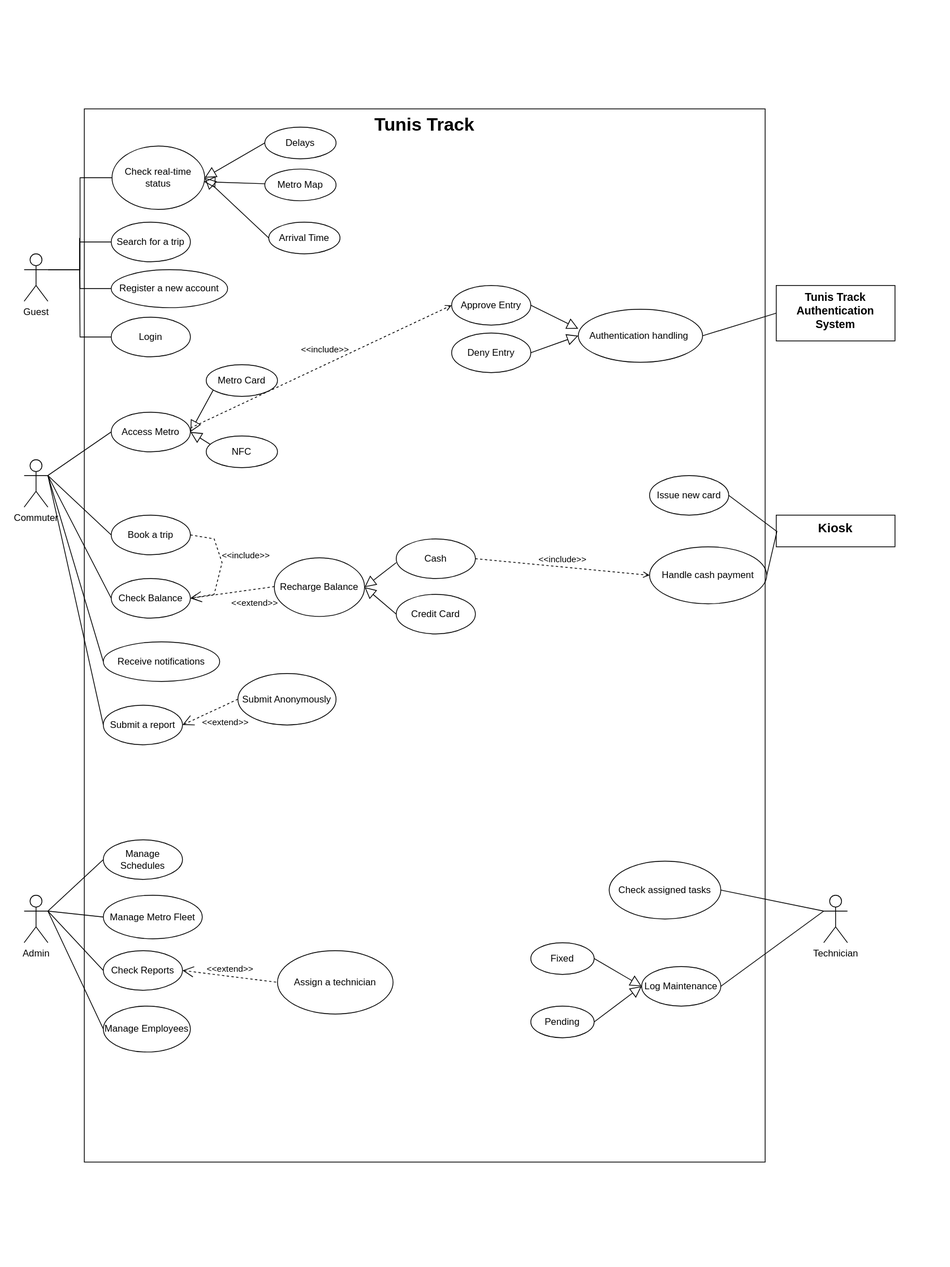
Above: Assets/TunisTrack_Use_Case.drawio.svg in LBKH01/Tunis-Track (draw.io), before the change. Source tidied: cells renumbered, new cells last; positions are measured from the earlier drawing's top-left corner, leaving out a move shared by most shapes.
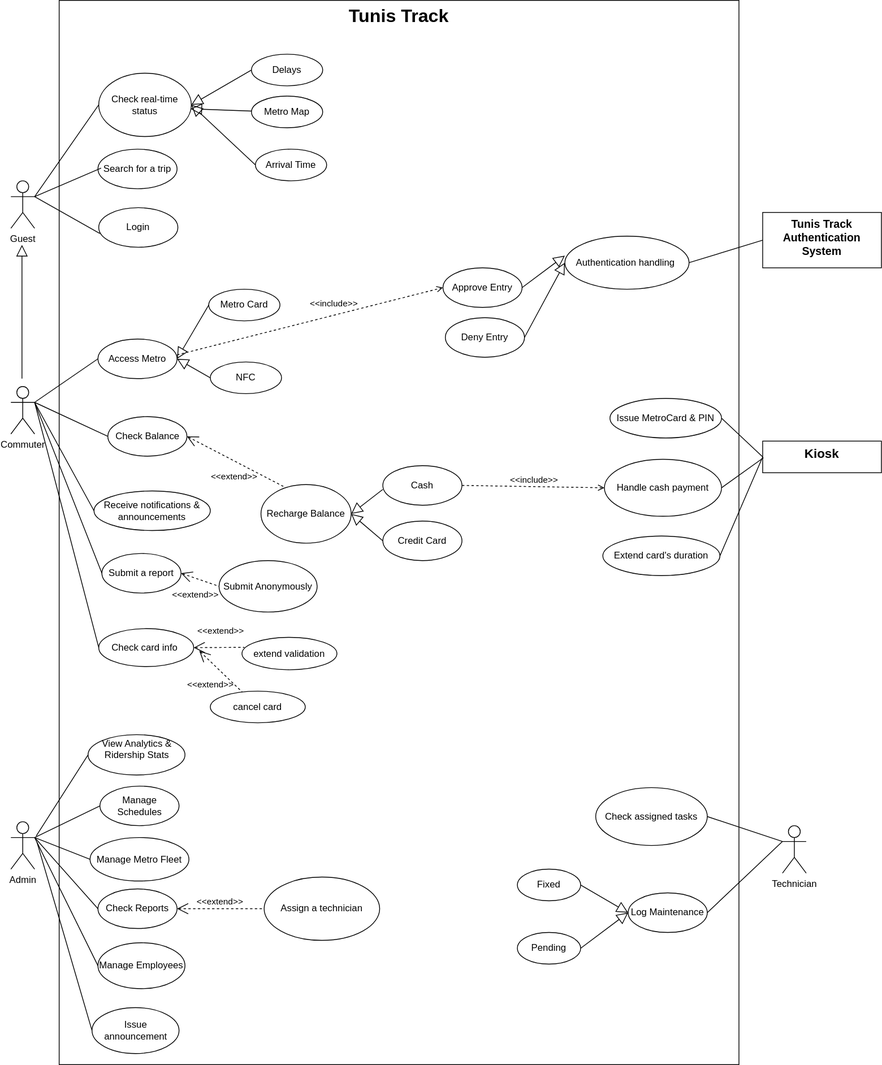
Later version of the same file.

Commit message:
Updated Use Case to Final Release 3.0.0

Diff of the diagram source:
```diff
@@ -11,28 +11,9 @@
     <mxCell id="4" value="Search for a trip" style="ellipse;whiteSpace=wrap;html=1;labelBackgroundColor=none;rounded=0;" parent="1" vertex="1">
       <mxGeometry x="110" y="143" width="100" height="50" as="geometry" />
     </mxCell>
-    <mxCell id="5" style="edgeStyle=orthogonalEdgeStyle;rounded=0;jettySize=auto;html=1;endArrow=none;startFill=0;labelBackgroundColor=none;fontColor=default;" parent="1" edge="1" source="6">
-      <mxGeometry relative="1" as="geometry">
-        <mxPoint x="70" y="163" as="targetPoint" />
-      </mxGeometry>
-    </mxCell>
-    <mxCell id="6" value="Register a new account" style="ellipse;whiteSpace=wrap;html=1;labelBackgroundColor=none;rounded=0;" parent="1" vertex="1">
-      <mxGeometry x="110" y="203" width="147" height="48" as="geometry" />
-    </mxCell>
-    <mxCell id="7" style="edgeStyle=orthogonalEdgeStyle;rounded=0;jettySize=auto;html=1;endArrow=none;startFill=0;labelBackgroundColor=none;fontColor=default;" parent="1" edge="1" source="8">
-      <mxGeometry relative="1" as="geometry">
-        <mxPoint x="70" y="193" as="targetPoint" />
-      </mxGeometry>
-    </mxCell>
     <mxCell id="8" value="Login" style="ellipse;whiteSpace=wrap;html=1;labelBackgroundColor=none;rounded=0;" parent="1" vertex="1">
-      <mxGeometry x="110" y="263" width="100" height="50" as="geometry" />
+      <mxGeometry x="111" y="217" width="100" height="50" as="geometry" />
     </mxCell>
-    <mxCell id="9" style="edgeStyle=orthogonalEdgeStyle;rounded=0;jettySize=auto;html=1;entryX=1;entryY=0.3333333333333333;entryDx=0;entryDy=0;entryPerimeter=0;endArrow=none;startFill=0;labelBackgroundColor=none;fontColor=default;" parent="1" edge="1" source="3" target="2">
-      <mxGeometry relative="1" as="geometry" />
-    </mxCell>
-    <mxCell id="10" style="edgeStyle=orthogonalEdgeStyle;rounded=0;jettySize=auto;html=1;entryX=1;entryY=0.3333333333333333;entryDx=0;entryDy=0;entryPerimeter=0;endArrow=none;startFill=0;labelBackgroundColor=none;fontColor=default;" parent="1" edge="1" source="4" target="2">
-      <mxGeometry relative="1" as="geometry" />
-    </mxCell>
     <mxCell id="11" value="Delays" style="ellipse;whiteSpace=wrap;html=1;labelBackgroundColor=none;rounded=0;" parent="1" vertex="1">
       <mxGeometry x="304" y="23" width="90" height="40" as="geometry" />
     </mxCell>
@@ -60,23 +41,17 @@
       <mxGeometry x="110" y="383" width="100" height="50" as="geometry" />
     </mxCell>
     <mxCell id="19" value="Submit a report" style="ellipse;whiteSpace=wrap;html=1;labelBackgroundColor=none;rounded=0;" parent="1" vertex="1">
-      <mxGeometry x="100" y="753" width="100" height="50" as="geometry" />
+      <mxGeometry x="115" y="654" width="100" height="50" as="geometry" />
     </mxCell>
-    <mxCell id="20" value="Receive notifications" style="ellipse;whiteSpace=wrap;html=1;labelBackgroundColor=none;rounded=0;" parent="1" vertex="1">
-      <mxGeometry x="100" y="673" width="147" height="50" as="geometry" />
+    <mxCell id="20" value="Receive notifications &amp;amp;&lt;div&gt;announcements&lt;/div&gt;" style="ellipse;whiteSpace=wrap;html=1;labelBackgroundColor=none;rounded=0;" parent="1" vertex="1">
+      <mxGeometry x="105" y="575" width="147" height="50" as="geometry" />
     </mxCell>
     <mxCell id="21" value="Check Balance" style="ellipse;whiteSpace=wrap;html=1;labelBackgroundColor=none;rounded=0;" parent="1" vertex="1">
-      <mxGeometry x="110" y="593" width="100" height="50" as="geometry" />
+      <mxGeometry x="122.5" y="481" width="100" height="50" as="geometry" />
     </mxCell>
-    <mxCell id="22" value="Book a trip" style="ellipse;whiteSpace=wrap;html=1;labelBackgroundColor=none;rounded=0;" parent="1" vertex="1">
-      <mxGeometry x="110" y="513" width="100" height="50" as="geometry" />
-    </mxCell>
     <mxCell id="23" style="edgeStyle=none;html=1;endArrow=none;verticalAlign=bottom;rounded=0;exitX=1;exitY=0.3333333333333333;exitDx=0;exitDy=0;exitPerimeter=0;entryX=0;entryY=0.5;entryDx=0;entryDy=0;labelBackgroundColor=none;fontColor=default;" parent="1" edge="1" source="17" target="18">
       <mxGeometry relative="1" as="geometry" />
     </mxCell>
-    <mxCell id="24" style="edgeStyle=none;html=1;endArrow=none;verticalAlign=bottom;rounded=0;exitX=1;exitY=0.3333333333333333;exitDx=0;exitDy=0;exitPerimeter=0;entryX=0;entryY=0.5;entryDx=0;entryDy=0;labelBackgroundColor=none;fontColor=default;" parent="1" edge="1" source="17" target="22">
-      <mxGeometry relative="1" as="geometry" />
-    </mxCell>
     <mxCell id="25" style="edgeStyle=none;html=1;endArrow=none;verticalAlign=bottom;rounded=0;exitX=1;exitY=0.3333333333333333;exitDx=0;exitDy=0;exitPerimeter=0;entryX=0;entryY=0.5;entryDx=0;entryDy=0;labelBackgroundColor=none;fontColor=default;" parent="1" edge="1" source="17" target="21">
       <mxGeometry relative="1" as="geometry" />
     </mxCell>
@@ -86,32 +61,18 @@
     <mxCell id="27" style="edgeStyle=none;html=1;endArrow=none;verticalAlign=bottom;rounded=0;exitX=1;exitY=0.3333333333333333;exitDx=0;exitDy=0;exitPerimeter=0;entryX=0;entryY=0.5;entryDx=0;entryDy=0;labelBackgroundColor=none;fontColor=default;" parent="1" edge="1" source="17" target="19">
       <mxGeometry relative="1" as="geometry" />
     </mxCell>
-    <mxCell id="28" style="edgeStyle=none;html=1;endArrow=block;endFill=0;endSize=12;verticalAlign=bottom;rounded=0;entryX=1;entryY=0.5;entryDx=0;entryDy=0;labelBackgroundColor=none;fontColor=default;" parent="1" edge="1" target="18">
-      <mxGeometry relative="1" as="geometry">
-        <mxPoint x="240" y="353" as="sourcePoint" />
-      </mxGeometry>
+    <mxCell id="28" style="edgeStyle=none;html=1;endArrow=block;endFill=0;endSize=12;verticalAlign=bottom;rounded=0;entryX=1;entryY=0.5;entryDx=0;entryDy=0;labelBackgroundColor=none;fontColor=default;exitX=0;exitY=0.5;exitDx=0;exitDy=0;" parent="1" edge="1" source="31" target="18">
+      <mxGeometry relative="1" as="geometry" />
     </mxCell>
-    <mxCell id="29" style="edgeStyle=none;html=1;endArrow=block;endFill=0;endSize=12;verticalAlign=bottom;rounded=0;entryX=1;entryY=0.5;entryDx=0;entryDy=0;labelBackgroundColor=none;fontColor=default;" parent="1" edge="1" target="18">
-      <mxGeometry relative="1" as="geometry">
-        <mxPoint x="250" y="433" as="sourcePoint" />
-      </mxGeometry>
+    <mxCell id="29" style="edgeStyle=none;html=1;endArrow=block;endFill=0;endSize=12;verticalAlign=bottom;rounded=0;entryX=1;entryY=0.5;entryDx=0;entryDy=0;labelBackgroundColor=none;fontColor=default;exitX=0;exitY=0.5;exitDx=0;exitDy=0;" parent="1" edge="1" source="30" target="18">
+      <mxGeometry relative="1" as="geometry" />
     </mxCell>
     <mxCell id="30" value="NFC" style="ellipse;whiteSpace=wrap;html=1;labelBackgroundColor=none;rounded=0;" parent="1" vertex="1">
-      <mxGeometry x="230" y="413" width="90" height="40" as="geometry" />
+      <mxGeometry x="252" y="412" width="90" height="40" as="geometry" />
     </mxCell>
     <mxCell id="31" value="Metro Card" style="ellipse;whiteSpace=wrap;html=1;labelBackgroundColor=none;rounded=0;" parent="1" vertex="1">
-      <mxGeometry x="230" y="323" width="90" height="40" as="geometry" />
+      <mxGeometry x="250" y="320" width="90" height="40" as="geometry" />
     </mxCell>
-    <mxCell id="32" value="&amp;lt;&amp;lt;include&amp;gt;&amp;gt;" style="edgeStyle=none;html=1;endArrow=open;verticalAlign=bottom;dashed=1;labelBackgroundColor=none;rounded=0;exitX=1;exitY=0.5;exitDx=0;exitDy=0;entryX=1;entryY=0.5;entryDx=0;entryDy=0;fontColor=default;" parent="1" edge="1" source="22" target="21">
-      <mxGeometry x="-0.07" y="30" relative="1" as="geometry">
-        <Array as="points">
-          <mxPoint x="240" y="543" />
-          <mxPoint x="250" y="573" />
-          <mxPoint x="240" y="613" />
-        </Array>
-        <mxPoint x="1" y="-7" as="offset" />
-      </mxGeometry>
-    </mxCell>
     <mxCell id="33" value="&amp;lt;&amp;lt;extend&amp;gt;&amp;gt;" style="edgeStyle=none;html=1;startArrow=open;endArrow=none;startSize=12;verticalAlign=bottom;dashed=1;labelBackgroundColor=none;rounded=0;exitX=1;exitY=0.5;exitDx=0;exitDy=0;fontColor=default;" parent="1" edge="1" source="21">
       <mxGeometry x="-0.15" y="-26" relative="1" as="geometry">
         <mxPoint x="390" y="593" as="targetPoint" />
@@ -138,7 +99,7 @@
       <mxGeometry x="0.18" y="-28" relative="1" as="geometry" />
     </mxCell>
     <mxCell id="40" value="Submit Anonymously" style="ellipse;whiteSpace=wrap;html=1;labelBackgroundColor=none;rounded=0;" parent="1" vertex="1">
-      <mxGeometry x="270" y="713" width="124" height="65" as="geometry" />
+      <mxGeometry x="263" y="663" width="124" height="65" as="geometry" />
     </mxCell>
     <mxCell id="41" value="&lt;font style=&quot;font-size: 14px;&quot;&gt;Tunis Track Authentication System&lt;/font&gt;" style="shape=rect;html=1;verticalAlign=top;fontStyle=1;whiteSpace=wrap;align=center;labelBackgroundColor=none;rounded=0;" parent="1" vertex="1">
       <mxGeometry x="950" y="223" width="150" height="70" as="geometry" />
@@ -158,18 +119,18 @@
       <mxGeometry relative="1" as="geometry" />
     </mxCell>
     <mxCell id="46" value="Deny Entry" style="ellipse;whiteSpace=wrap;html=1;labelBackgroundColor=none;rounded=0;" parent="1" vertex="1">
-      <mxGeometry x="540" y="283" width="100" height="50" as="geometry" />
+      <mxGeometry x="549" y="356" width="100" height="50" as="geometry" />
     </mxCell>
     <mxCell id="47" value="Approve Entry" style="ellipse;whiteSpace=wrap;html=1;labelBackgroundColor=none;rounded=0;" parent="1" vertex="1">
-      <mxGeometry x="540" y="223" width="100" height="50" as="geometry" />
+      <mxGeometry x="546" y="293" width="100" height="50" as="geometry" />
     </mxCell>
     <mxCell id="48" value="&amp;lt;&amp;lt;include&amp;gt;&amp;gt;" style="edgeStyle=none;html=1;endArrow=open;verticalAlign=bottom;dashed=1;labelBackgroundColor=none;rounded=0;entryX=0;entryY=0.5;entryDx=0;entryDy=0;fontColor=default;" parent="1" edge="1" target="47">
-      <mxGeometry x="0.05" y="9" relative="1" as="geometry">
+      <mxGeometry x="0.19" y="6" relative="1" as="geometry">
         <mxPoint x="210" y="403" as="sourcePoint" />
       </mxGeometry>
     </mxCell>
     <mxCell id="49" value="&lt;font style=&quot;font-size: 16px;&quot;&gt;Kiosk&lt;/font&gt;" style="shape=rect;html=1;verticalAlign=top;fontStyle=1;whiteSpace=wrap;align=center;labelBackgroundColor=none;rounded=0;" parent="1" vertex="1">
-      <mxGeometry x="950" y="513" width="150" height="40" as="geometry" />
+      <mxGeometry x="950" y="512" width="150" height="40" as="geometry" />
     </mxCell>
     <mxCell id="50" style="edgeStyle=none;html=1;endArrow=none;verticalAlign=bottom;rounded=0;exitX=1;exitY=0.5;exitDx=0;exitDy=0;labelBackgroundColor=none;fontColor=default;" parent="1" edge="1" source="53">
       <mxGeometry relative="1" as="geometry">
@@ -179,11 +140,11 @@
     <mxCell id="51" style="edgeStyle=none;html=1;endArrow=none;verticalAlign=bottom;rounded=0;entryX=0;entryY=0.5;entryDx=0;entryDy=0;exitX=1;exitY=0.5;exitDx=0;exitDy=0;labelBackgroundColor=none;fontColor=default;" parent="1" edge="1" source="52" target="49">
       <mxGeometry relative="1" as="geometry" />
     </mxCell>
-    <mxCell id="52" value="Issue new card" style="ellipse;whiteSpace=wrap;html=1;labelBackgroundColor=none;rounded=0;" parent="1" vertex="1">
-      <mxGeometry x="790" y="463" width="100" height="50" as="geometry" />
+    <mxCell id="52" value="Issue MetroCard &amp;amp; PIN" style="ellipse;whiteSpace=wrap;html=1;labelBackgroundColor=none;rounded=0;" parent="1" vertex="1">
+      <mxGeometry x="757" y="458" width="141" height="50" as="geometry" />
     </mxCell>
     <mxCell id="53" value="Handle cash payment" style="ellipse;whiteSpace=wrap;html=1;labelBackgroundColor=none;rounded=0;" parent="1" vertex="1">
-      <mxGeometry x="790" y="553" width="148" height="72" as="geometry" />
+      <mxGeometry x="750" y="535" width="148" height="72" as="geometry" />
     </mxCell>
     <mxCell id="54" value="&amp;lt;&amp;lt;include&amp;gt;&amp;gt;" style="edgeStyle=none;html=1;endArrow=open;verticalAlign=bottom;dashed=1;labelBackgroundColor=none;rounded=0;exitX=1;exitY=0.5;exitDx=0;exitDy=0;entryX=0;entryY=0.5;entryDx=0;entryDy=0;fontColor=default;" parent="1" edge="1" source="36" target="53">
       <mxGeometry relative="1" as="geometry" />
@@ -192,16 +153,16 @@
       <mxGeometry y="993" width="30" height="60" as="geometry" />
     </mxCell>
     <mxCell id="56" value="Manage Metro Fleet" style="ellipse;whiteSpace=wrap;html=1;labelBackgroundColor=none;rounded=0;" parent="1" vertex="1">
-      <mxGeometry x="100" y="993" width="125" height="55" as="geometry" />
+      <mxGeometry x="100" y="1013" width="125" height="55" as="geometry" />
     </mxCell>
     <mxCell id="57" value="Manage Schedules" style="ellipse;whiteSpace=wrap;html=1;labelBackgroundColor=none;rounded=0;" parent="1" vertex="1">
-      <mxGeometry x="100" y="923" width="100" height="50" as="geometry" />
+      <mxGeometry x="112.5" y="948" width="100" height="50" as="geometry" />
     </mxCell>
     <mxCell id="58" value="Check Reports" style="ellipse;whiteSpace=wrap;html=1;labelBackgroundColor=none;rounded=0;" parent="1" vertex="1">
-      <mxGeometry x="100" y="1063" width="100" height="50" as="geometry" />
+      <mxGeometry x="110" y="1078" width="100" height="50" as="geometry" />
     </mxCell>
     <mxCell id="59" value="Manage Employees" style="ellipse;whiteSpace=wrap;html=1;labelBackgroundColor=none;rounded=0;" parent="1" vertex="1">
-      <mxGeometry x="100" y="1133" width="110" height="58" as="geometry" />
+      <mxGeometry x="110" y="1146" width="110" height="58" as="geometry" />
     </mxCell>
     <mxCell id="60" style="edgeStyle=none;html=1;endArrow=none;verticalAlign=bottom;rounded=0;exitX=1;exitY=0.3333333333333333;exitDx=0;exitDy=0;exitPerimeter=0;entryX=0;entryY=0.5;entryDx=0;entryDy=0;labelBackgroundColor=none;fontColor=default;" parent="1" edge="1" source="55" target="57">
       <mxGeometry relative="1" as="geometry" />
@@ -222,7 +183,7 @@
       <mxGeometry relative="1" as="geometry" />
     </mxCell>
     <mxCell id="66" value="Technician" style="shape=umlActor;html=1;verticalLabelPosition=bottom;verticalAlign=top;align=center;labelBackgroundColor=none;rounded=0;" parent="1" vertex="1">
-      <mxGeometry x="1010" y="993" width="30" height="60" as="geometry" />
+      <mxGeometry x="975" y="998" width="30" height="60" as="geometry" />
     </mxCell>
     <mxCell id="67" value="Check assigned tasks" style="ellipse;whiteSpace=wrap;html=1;labelBackgroundColor=none;rounded=0;" parent="1" vertex="1">
       <mxGeometry x="739" y="950" width="141" height="73" as="geometry" />
@@ -249,7 +210,69 @@
       <mxGeometry relative="1" as="geometry" />
     </mxCell>
     <mxCell id="75" value="&lt;font style=&quot;font-size: 23px;&quot;&gt;Tunis Track&lt;/font&gt;" style="shape=rect;html=1;verticalAlign=top;fontStyle=1;whiteSpace=wrap;align=center;fillColor=none;labelBackgroundColor=none;rounded=0;" parent="1" vertex="1">
-      <mxGeometry x="76" width="860" height="1330" as="geometry" />
+      <mxGeometry x="61" y="-45" width="859" height="1345" as="geometry" />
     </mxCell>
+    <mxCell id="76" value="Check card info&amp;nbsp;" style="ellipse;whiteSpace=wrap;html=1;" parent="1" vertex="1">
+      <mxGeometry x="111" y="749" width="120" height="48" as="geometry" />
+    </mxCell>
+    <mxCell id="77" value="extend validation" style="ellipse;whiteSpace=wrap;html=1;" parent="1" vertex="1">
+      <mxGeometry x="292" y="760" width="120" height="41" as="geometry" />
+    </mxCell>
+    <mxCell id="78" value="cancel card" style="ellipse;whiteSpace=wrap;html=1;" parent="1" vertex="1">
+      <mxGeometry x="252" y="828" width="120" height="40" as="geometry" />
+    </mxCell>
+    <mxCell id="79" value="&amp;lt;&amp;lt;extend&amp;gt;&amp;gt;" style="edgeStyle=none;html=1;startArrow=open;endArrow=none;startSize=12;verticalAlign=bottom;dashed=1;labelBackgroundColor=none;rounded=0;exitX=1;exitY=0.5;exitDx=0;exitDy=0;fontColor=default;entryX=0.025;entryY=0.309;entryDx=0;entryDy=0;entryPerimeter=0;" parent="1" edge="1" source="76" target="77">
+      <mxGeometry x="0.03" y="12" relative="1" as="geometry" />
+    </mxCell>
+    <mxCell id="80" value="&amp;lt;&amp;lt;extend&amp;gt;&amp;gt;" style="edgeStyle=none;html=1;startArrow=open;endArrow=none;startSize=12;verticalAlign=bottom;dashed=1;labelBackgroundColor=none;rounded=0;fontColor=default;" parent="1" edge="1" target="78">
+      <mxGeometry x="0.18" y="-28" relative="1" as="geometry">
+        <mxPoint x="238" y="777" as="sourcePoint" />
+      </mxGeometry>
+    </mxCell>
+    <mxCell id="81" style="edgeStyle=none;html=1;endArrow=none;verticalAlign=bottom;rounded=0;exitX=1;exitY=0.3333333333333333;exitDx=0;exitDy=0;exitPerimeter=0;labelBackgroundColor=none;fontColor=default;entryX=0;entryY=0.5;entryDx=0;entryDy=0;" parent="1" edge="1" source="17" target="76">
+      <mxGeometry relative="1" as="geometry" />
+    </mxCell>
+    <mxCell id="82" style="edgeStyle=orthogonalEdgeStyle;rounded=0;orthogonalLoop=1;jettySize=auto;html=1;exitX=0.5;exitY=1;exitDx=0;exitDy=0;" parent="1" edge="1" source="46" target="46">
+      <mxGeometry relative="1" as="geometry" />
+    </mxCell>
+    <mxCell id="83" style="edgeStyle=none;html=1;endArrow=none;verticalAlign=bottom;rounded=0;entryX=0;entryY=0.5;entryDx=0;entryDy=0;labelBackgroundColor=none;fontColor=default;" parent="1" edge="1" target="84">
+      <mxGeometry relative="1" as="geometry">
+        <mxPoint x="33" y="1019" as="sourcePoint" />
+      </mxGeometry>
+    </mxCell>
+    <mxCell id="84" value="Issue announcement" style="ellipse;whiteSpace=wrap;html=1;labelBackgroundColor=none;rounded=0;" parent="1" vertex="1">
+      <mxGeometry x="102.5" y="1228" width="110" height="58" as="geometry" />
+    </mxCell>
+    <mxCell id="85" value="&#10;View Analytics &amp;amp; Ridership Stats&#10;&#10;" style="ellipse;whiteSpace=wrap;html=1;labelBackgroundColor=none;rounded=0;" parent="1" vertex="1">
+      <mxGeometry x="97.5" y="883" width="122.5" height="51" as="geometry" />
+    </mxCell>
+    <mxCell id="86" style="edgeStyle=none;html=1;endArrow=none;verticalAlign=bottom;rounded=0;labelBackgroundColor=none;fontColor=default;entryX=0;entryY=0.5;entryDx=0;entryDy=0;" parent="1" edge="1" target="85">
+      <mxGeometry relative="1" as="geometry">
+        <mxPoint x="32" y="1011" as="sourcePoint" />
+      </mxGeometry>
+    </mxCell>
+    <mxCell id="87" style="edgeStyle=none;html=1;endArrow=block;endFill=0;endSize=12;verticalAlign=bottom;rounded=0;labelBackgroundColor=none;fontColor=default;" parent="1" edge="1">
+      <mxGeometry relative="1" as="geometry">
+        <mxPoint x="14" y="433" as="sourcePoint" />
+        <mxPoint x="14" y="264" as="targetPoint" />
+      </mxGeometry>
+    </mxCell>
+    <mxCell id="88" value="Extend card's duration" style="ellipse;whiteSpace=wrap;html=1;labelBackgroundColor=none;rounded=0;" parent="1" vertex="1">
+      <mxGeometry x="748" y="632" width="148" height="50" as="geometry" />
+    </mxCell>
+    <mxCell id="89" style="edgeStyle=none;html=1;endArrow=none;verticalAlign=bottom;rounded=0;exitX=1;exitY=0.5;exitDx=0;exitDy=0;labelBackgroundColor=none;fontColor=default;entryX=0;entryY=0.5;entryDx=0;entryDy=0;" parent="1" edge="1" source="88" target="49">
+      <mxGeometry relative="1" as="geometry" />
+    </mxCell>
+    <mxCell id="90" style="edgeStyle=none;html=1;endArrow=none;verticalAlign=bottom;rounded=0;exitX=1;exitY=0.3333333333333333;exitDx=0;exitDy=0;exitPerimeter=0;labelBackgroundColor=none;fontColor=default;" parent="1" edge="1" source="2">
+      <mxGeometry relative="1" as="geometry">
+        <mxPoint x="114" y="167" as="targetPoint" />
+      </mxGeometry>
+    </mxCell>
+    <mxCell id="91" style="edgeStyle=none;html=1;endArrow=none;verticalAlign=bottom;rounded=0;exitX=1;exitY=0.3333333333333333;exitDx=0;exitDy=0;exitPerimeter=0;entryX=0;entryY=0.5;entryDx=0;entryDy=0;labelBackgroundColor=none;fontColor=default;" parent="1" edge="1" source="2" target="3">
+      <mxGeometry relative="1" as="geometry" />
+    </mxCell>
+    <mxCell id="92" style="edgeStyle=none;html=1;endArrow=none;verticalAlign=bottom;rounded=0;exitX=1;exitY=0.3333333333333333;exitDx=0;exitDy=0;exitPerimeter=0;entryX=0.015;entryY=0.654;entryDx=0;entryDy=0;labelBackgroundColor=none;fontColor=default;entryPerimeter=0;" parent="1" edge="1" source="2" target="8">
+      <mxGeometry relative="1" as="geometry" />
+    </mxCell>
   </root>
 </mxGraphModel>
```
